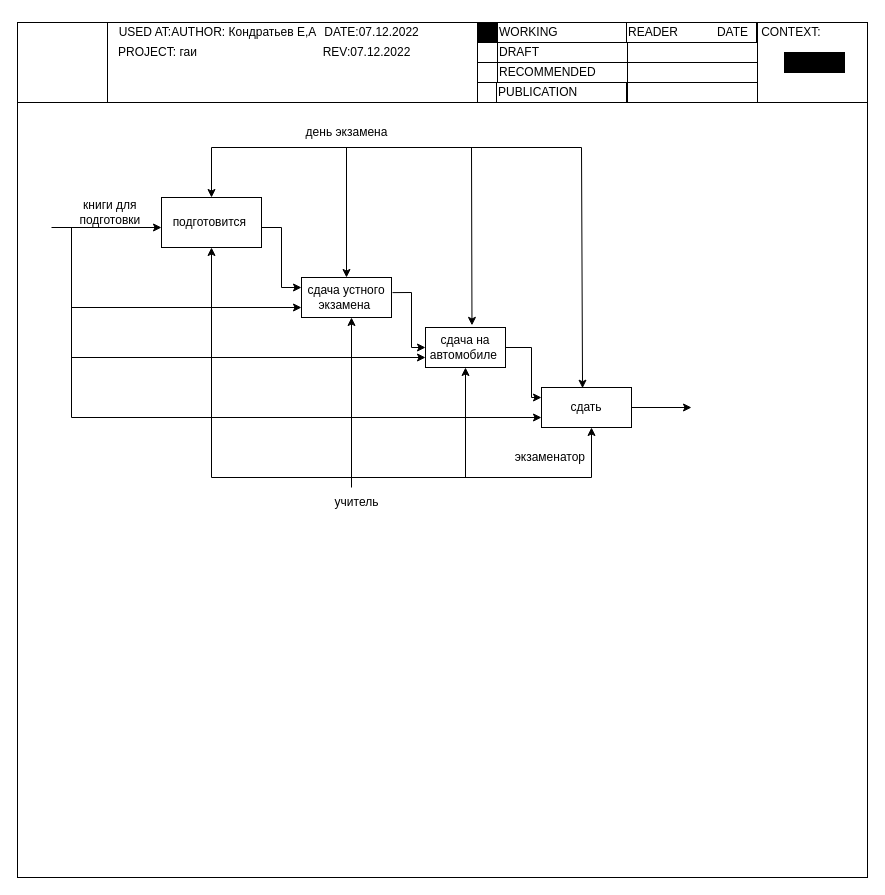
Before: page "Страница 2" (2 of 3) of Диаграз названия.drawio in Ev0or/dontTouch, a draw.io diagram. Source tidied: cells renumbered, new cells numbered last; positions are measured from the earlier drawing's top-left corner, leaving out a move shared by most shapes. Both pictures are drawn from the tidied source at 100%, with x=0, y=0 at pixel (17, 17).
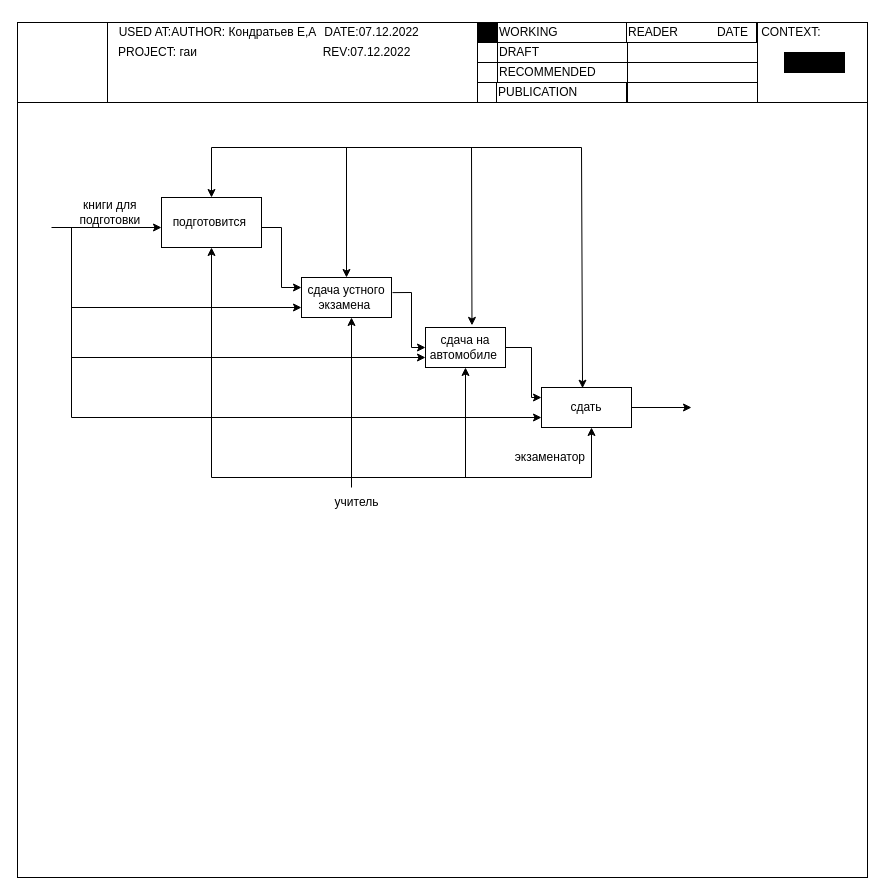
After the change.

Diff of the diagram source:
```diff
@@
-    <mxCell id="49" value="день экзамена" style="text;html=1;align=center;verticalAlign=middle;strokeColor=none;fillColor=none;" parent="1" vertex="1">
-      <mxGeometry x="274" y="100" width="110" height="30" as="geometry" />
-    </mxCell>
```
